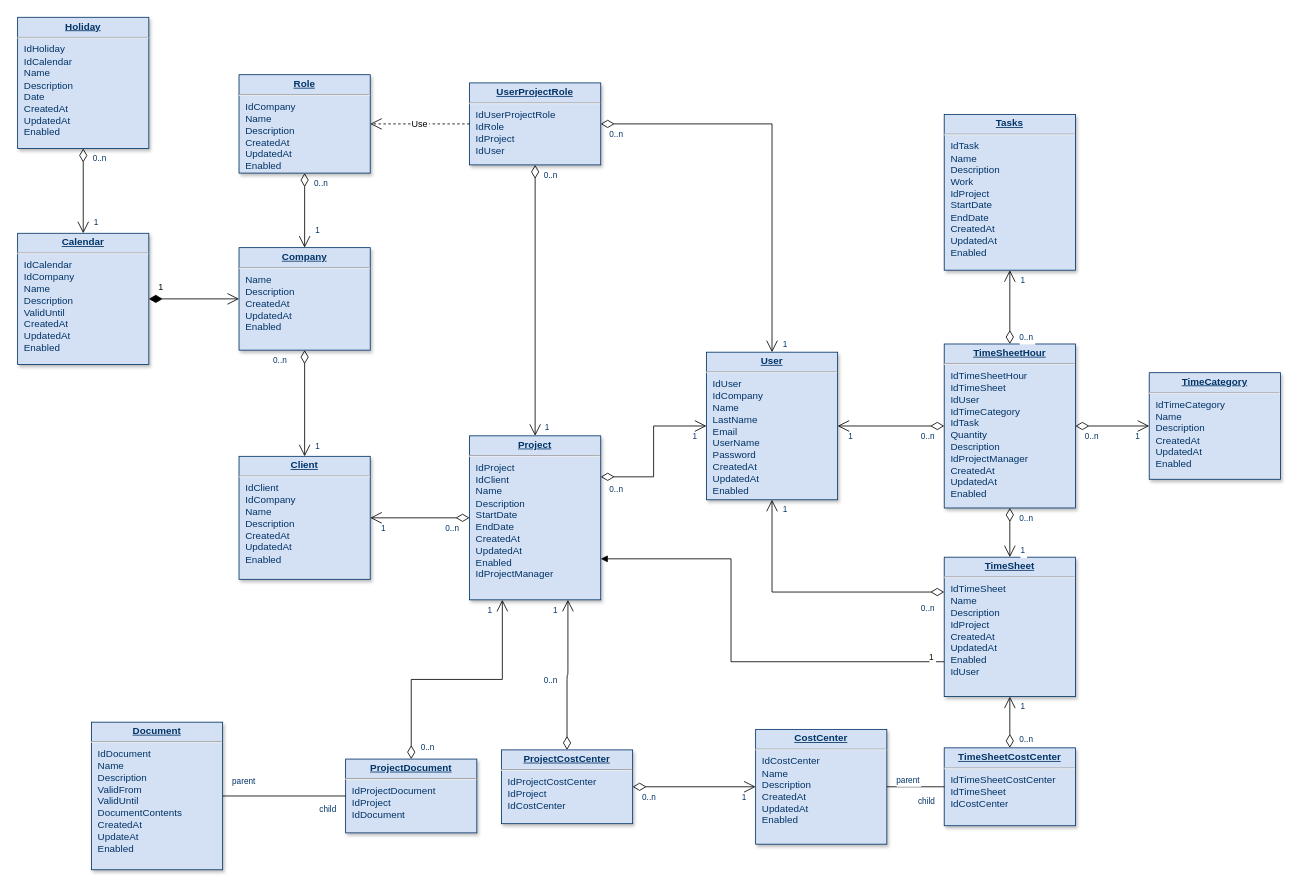
midhmanohar/drawio keeps this draw.io diagram as miscellaneous.drawio. Above is the earlier version. Source tidied: cells renumbered, new cells numbered last; positions are measured from the earlier drawing's top-left corner, leaving out a move shared by most shapes. Both pictures are drawn from the tidied source at 82%, with x=0, y=0 at pixel (17, 17).
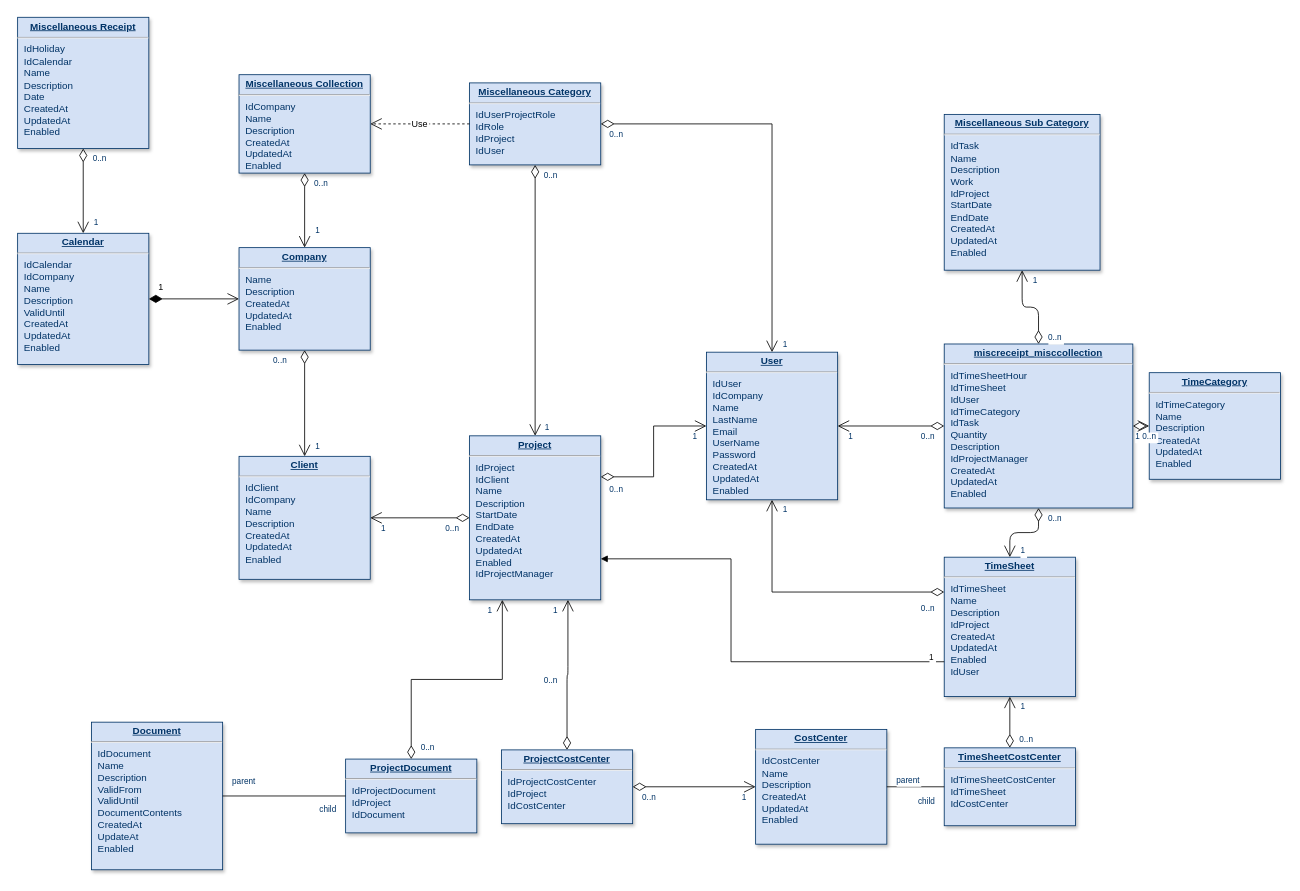
After the change.

The edit, as a diff of the source:
```diff
@@
-    <mxCell id="2" value="&lt;p style=&quot;margin: 0px; margin-top: 4px; text-align: center; text-decoration: underline;&quot;&gt;&lt;strong&gt;Role&lt;/strong&gt;&lt;/p&gt;&lt;hr /&gt;&lt;p style=&quot;margin: 0px; margin-left: 8px;&quot;&gt;IdCompany&lt;br /&gt;Name&lt;/p&gt;&lt;p style=&quot;margin: 0px; margin-left: 8px;&quot;&gt;Description&lt;/p&gt;&lt;p style=&quot;margin: 0px; margin-left: 8px;&quot;&gt;CreatedAt&lt;/p&gt;&lt;p style=&quot;margin: 0px; margin-left: 8px;&quot;&gt;UpdatedAt&lt;/p&gt;&lt;p style=&quot;margin: 0px; margin-left: 8px;&quot;&gt;Enabled&lt;/p&gt;" style="verticalAlign=top;align=left;overflow=fill;fontSize=12;fontFamily=Helvetica;html=1;strokeColor=#003366;shadow=1;fillColor=#D4E1F5;fontColor=#003366;" parent="1" vertex="1">
+    <mxCell id="2" value="&lt;p style=&quot;margin: 0px; margin-top: 4px; text-align: center; text-decoration: underline;&quot;&gt;&lt;b&gt;Miscellaneous Collection&lt;/b&gt;&lt;/p&gt;&lt;hr&gt;&lt;p style=&quot;margin: 0px; margin-left: 8px;&quot;&gt;IdCompany&lt;br&gt;Name&lt;/p&gt;&lt;p style=&quot;margin: 0px; margin-left: 8px;&quot;&gt;Description&lt;/p&gt;&lt;p style=&quot;margin: 0px; margin-left: 8px;&quot;&gt;CreatedAt&lt;/p&gt;&lt;p style=&quot;margin: 0px; margin-left: 8px;&quot;&gt;UpdatedAt&lt;/p&gt;&lt;p style=&quot;margin: 0px; margin-left: 8px;&quot;&gt;Enabled&lt;/p&gt;" style="verticalAlign=top;align=left;overflow=fill;fontSize=12;fontFamily=Helvetica;html=1;strokeColor=#003366;shadow=1;fillColor=#D4E1F5;fontColor=#003366;" parent="1" vertex="1">
       <mxGeometry x="270" y="69.6" width="160" height="120" as="geometry" />
     </mxCell>
@@
-    <mxCell id="6" value="&lt;p style=&quot;margin: 0px; margin-top: 4px; text-align: center; text-decoration: underline;&quot;&gt;&lt;strong&gt;UserProjectRole&lt;/strong&gt;&lt;/p&gt;&lt;hr /&gt;&lt;p style=&quot;margin: 0px; margin-left: 8px;&quot;&gt;IdUserProjectRole&lt;/p&gt;&lt;p style=&quot;margin: 0px; margin-left: 8px;&quot;&gt;IdRole&lt;/p&gt;&lt;p style=&quot;margin: 0px; margin-left: 8px;&quot;&gt;IdProject&lt;/p&gt;&lt;p style=&quot;margin: 0px; margin-left: 8px;&quot;&gt;IdUser&lt;/p&gt;" style="verticalAlign=top;align=left;overflow=fill;fontSize=12;fontFamily=Helvetica;html=1;strokeColor=#003366;shadow=1;fillColor=#D4E1F5;fontColor=#003366;" parent="1" vertex="1">
+    <mxCell id="6" value="&lt;p style=&quot;margin: 0px; margin-top: 4px; text-align: center; text-decoration: underline;&quot;&gt;&lt;b&gt;Miscellaneous Category&lt;/b&gt;&lt;/p&gt;&lt;hr&gt;&lt;p style=&quot;margin: 0px; margin-left: 8px;&quot;&gt;IdUserProjectRole&lt;/p&gt;&lt;p style=&quot;margin: 0px; margin-left: 8px;&quot;&gt;IdRole&lt;/p&gt;&lt;p style=&quot;margin: 0px; margin-left: 8px;&quot;&gt;IdProject&lt;/p&gt;&lt;p style=&quot;margin: 0px; margin-left: 8px;&quot;&gt;IdUser&lt;/p&gt;" style="verticalAlign=top;align=left;overflow=fill;fontSize=12;fontFamily=Helvetica;html=1;strokeColor=#003366;shadow=1;fillColor=#D4E1F5;fontColor=#003366;" parent="1" vertex="1">
       <mxGeometry x="551.1" y="79.6" width="160" height="100" as="geometry" />
     </mxCell>
@@
-    <mxCell id="8" value="&lt;p style=&quot;margin: 0px; margin-top: 4px; text-align: center; text-decoration: underline;&quot;&gt;&lt;strong&gt;Holiday&lt;/strong&gt;&lt;/p&gt;&lt;hr /&gt;&lt;p style=&quot;margin: 0px; margin-left: 8px;&quot;&gt;IdHoliday&lt;/p&gt;&lt;p style=&quot;margin: 0px; margin-left: 8px;&quot;&gt;IdCalendar&lt;/p&gt;&lt;p style=&quot;margin: 0px; margin-left: 8px;&quot;&gt;Name&lt;/p&gt;&lt;p style=&quot;margin: 0px; margin-left: 8px;&quot;&gt;Description&lt;/p&gt;&lt;p style=&quot;margin: 0px; margin-left: 8px;&quot;&gt;Date&lt;/p&gt;&lt;p style=&quot;margin: 0px; margin-left: 8px;&quot;&gt;CreatedAt&lt;/p&gt;&lt;p style=&quot;margin: 0px; margin-left: 8px;&quot;&gt;UpdatedAt&lt;/p&gt;&lt;p style=&quot;margin: 0px; margin-left: 8px;&quot;&gt;Enabled&lt;/p&gt;" style="verticalAlign=top;align=left;overflow=fill;fontSize=12;fontFamily=Helvetica;html=1;strokeColor=#003366;shadow=1;fillColor=#D4E1F5;fontColor=#003366;" parent="1" vertex="1">
+    <mxCell id="8" value="&lt;p style=&quot;margin: 0px; margin-top: 4px; text-align: center; text-decoration: underline;&quot;&gt;&lt;b&gt;Miscellaneous Receipt&lt;/b&gt;&lt;/p&gt;&lt;hr&gt;&lt;p style=&quot;margin: 0px; margin-left: 8px;&quot;&gt;IdHoliday&lt;/p&gt;&lt;p style=&quot;margin: 0px; margin-left: 8px;&quot;&gt;IdCalendar&lt;/p&gt;&lt;p style=&quot;margin: 0px; margin-left: 8px;&quot;&gt;Name&lt;/p&gt;&lt;p style=&quot;margin: 0px; margin-left: 8px;&quot;&gt;Description&lt;/p&gt;&lt;p style=&quot;margin: 0px; margin-left: 8px;&quot;&gt;Date&lt;/p&gt;&lt;p style=&quot;margin: 0px; margin-left: 8px;&quot;&gt;CreatedAt&lt;/p&gt;&lt;p style=&quot;margin: 0px; margin-left: 8px;&quot;&gt;UpdatedAt&lt;/p&gt;&lt;p style=&quot;margin: 0px; margin-left: 8px;&quot;&gt;Enabled&lt;/p&gt;" style="verticalAlign=top;align=left;overflow=fill;fontSize=12;fontFamily=Helvetica;html=1;strokeColor=#003366;shadow=1;fillColor=#D4E1F5;fontColor=#003366;" parent="1" vertex="1">
       <mxGeometry y="-0.4" width="160" height="160" as="geometry" />
     </mxCell>
@@
-    <mxCell id="10" value="&lt;p style=&quot;margin: 0px; margin-top: 4px; text-align: center; text-decoration: underline;&quot;&gt;&lt;strong&gt;TimeSheetHour&lt;/strong&gt;&lt;/p&gt;&lt;hr /&gt;&lt;p style=&quot;margin: 0px; margin-left: 8px;&quot;&gt;IdTimeSheetHour&lt;br /&gt;IdTimeSheet&lt;/p&gt;&lt;p style=&quot;margin: 0px; margin-left: 8px;&quot;&gt;IdUser&lt;/p&gt;&lt;p style=&quot;margin: 0px; margin-left: 8px;&quot;&gt;IdTimeCategory&lt;/p&gt;&lt;p style=&quot;margin: 0px; margin-left: 8px;&quot;&gt;IdTask&lt;/p&gt;&lt;p style=&quot;margin: 0px; margin-left: 8px;&quot;&gt;Quantity&lt;/p&gt;&lt;p style=&quot;margin: 0px; margin-left: 8px;&quot;&gt;Description&lt;/p&gt;&lt;p style=&quot;margin: 0px; margin-left: 8px;&quot;&gt;IdProjectManager&lt;/p&gt;&lt;p style=&quot;margin: 0px; margin-left: 8px;&quot;&gt;CreatedAt&lt;/p&gt;&lt;p style=&quot;margin: 0px; margin-left: 8px;&quot;&gt;UpdatedAt&lt;/p&gt;&lt;p style=&quot;margin: 0px; margin-left: 8px;&quot;&gt;Enabled&lt;/p&gt;" style="verticalAlign=top;align=left;overflow=fill;fontSize=12;fontFamily=Helvetica;html=1;strokeColor=#003366;shadow=1;fillColor=#D4E1F5;fontColor=#003366;" parent="1" vertex="1">
-      <mxGeometry x="1130" y="398" width="160" height="200" as="geometry" />
+    <mxCell id="10" value="&lt;p style=&quot;margin: 0px; margin-top: 4px; text-align: center; text-decoration: underline;&quot;&gt;&lt;b&gt;miscreceipt_misccollection&lt;/b&gt;&lt;/p&gt;&lt;hr&gt;&lt;p style=&quot;margin: 0px; margin-left: 8px;&quot;&gt;IdTimeSheetHour&lt;br&gt;IdTimeSheet&lt;/p&gt;&lt;p style=&quot;margin: 0px; margin-left: 8px;&quot;&gt;IdUser&lt;/p&gt;&lt;p style=&quot;margin: 0px; margin-left: 8px;&quot;&gt;IdTimeCategory&lt;/p&gt;&lt;p style=&quot;margin: 0px; margin-left: 8px;&quot;&gt;IdTask&lt;/p&gt;&lt;p style=&quot;margin: 0px; margin-left: 8px;&quot;&gt;Quantity&lt;/p&gt;&lt;p style=&quot;margin: 0px; margin-left: 8px;&quot;&gt;Description&lt;/p&gt;&lt;p style=&quot;margin: 0px; margin-left: 8px;&quot;&gt;IdProjectManager&lt;/p&gt;&lt;p style=&quot;margin: 0px; margin-left: 8px;&quot;&gt;CreatedAt&lt;/p&gt;&lt;p style=&quot;margin: 0px; margin-left: 8px;&quot;&gt;UpdatedAt&lt;/p&gt;&lt;p style=&quot;margin: 0px; margin-left: 8px;&quot;&gt;Enabled&lt;/p&gt;" style="verticalAlign=top;align=left;overflow=fill;fontSize=12;fontFamily=Helvetica;html=1;strokeColor=#003366;shadow=1;fillColor=#D4E1F5;fontColor=#003366;" parent="1" vertex="1">
+      <mxGeometry x="1130" y="398" width="230" height="200" as="geometry" />
     </mxCell>
@@
-    <mxCell id="18" value="&lt;p style=&quot;margin: 0px; margin-top: 4px; text-align: center; text-decoration: underline;&quot;&gt;&lt;strong&gt;Tasks&lt;/strong&gt;&lt;/p&gt;&lt;hr /&gt;&lt;p style=&quot;margin: 0px; margin-left: 8px;&quot;&gt;IdTask&lt;/p&gt;&lt;p style=&quot;margin: 0px; margin-left: 8px;&quot;&gt;Name&lt;/p&gt;&lt;p style=&quot;margin: 0px; margin-left: 8px;&quot;&gt;Description&lt;/p&gt;&lt;p style=&quot;margin: 0px; margin-left: 8px;&quot;&gt;Work&lt;/p&gt;&lt;p style=&quot;margin: 0px; margin-left: 8px;&quot;&gt;IdProject&lt;/p&gt;&lt;p style=&quot;margin: 0px; margin-left: 8px;&quot;&gt;StartDate&lt;/p&gt;&lt;p style=&quot;margin: 0px; margin-left: 8px;&quot;&gt;EndDate&lt;/p&gt;&lt;p style=&quot;margin: 0px; margin-left: 8px;&quot;&gt;CreatedAt&lt;/p&gt;&lt;p style=&quot;margin: 0px; margin-left: 8px;&quot;&gt;UpdatedAt&lt;/p&gt;&lt;p style=&quot;margin: 0px; margin-left: 8px;&quot;&gt;Enabled&lt;/p&gt;" style="verticalAlign=top;align=left;overflow=fill;fontSize=12;fontFamily=Helvetica;html=1;strokeColor=#003366;shadow=1;fillColor=#D4E1F5;fontColor=#003366;" parent="1" vertex="1">
-      <mxGeometry x="1130" y="118" width="160" height="190" as="geometry" />
+    <mxCell id="18" value="&lt;p style=&quot;margin: 0px; margin-top: 4px; text-align: center; text-decoration: underline;&quot;&gt;&lt;b&gt;Miscellaneous Sub Category&lt;/b&gt;&lt;/p&gt;&lt;hr&gt;&lt;p style=&quot;margin: 0px; margin-left: 8px;&quot;&gt;IdTask&lt;/p&gt;&lt;p style=&quot;margin: 0px; margin-left: 8px;&quot;&gt;Name&lt;/p&gt;&lt;p style=&quot;margin: 0px; margin-left: 8px;&quot;&gt;Description&lt;/p&gt;&lt;p style=&quot;margin: 0px; margin-left: 8px;&quot;&gt;Work&lt;/p&gt;&lt;p style=&quot;margin: 0px; margin-left: 8px;&quot;&gt;IdProject&lt;/p&gt;&lt;p style=&quot;margin: 0px; margin-left: 8px;&quot;&gt;StartDate&lt;/p&gt;&lt;p style=&quot;margin: 0px; margin-left: 8px;&quot;&gt;EndDate&lt;/p&gt;&lt;p style=&quot;margin: 0px; margin-left: 8px;&quot;&gt;CreatedAt&lt;/p&gt;&lt;p style=&quot;margin: 0px; margin-left: 8px;&quot;&gt;UpdatedAt&lt;/p&gt;&lt;p style=&quot;margin: 0px; margin-left: 8px;&quot;&gt;Enabled&lt;/p&gt;" style="verticalAlign=top;align=left;overflow=fill;fontSize=12;fontFamily=Helvetica;html=1;strokeColor=#003366;shadow=1;fillColor=#D4E1F5;fontColor=#003366;" parent="1" vertex="1">
+      <mxGeometry x="1130" y="118" width="190" height="190" as="geometry" />
     </mxCell>
```
